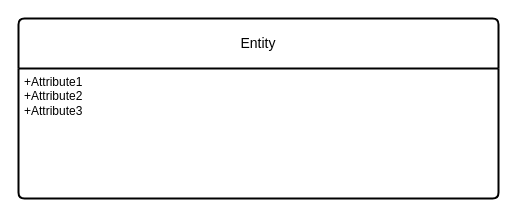
This is QC_NewBooks_Diagrams.drawio from RBOUHOUCHE/diagram-qc-new-books, a draw.io file, before an edit. Source tidied: cells renumbered, new cells numbered last; positions are measured from the earlier drawing's top-left corner, leaving out a move shared by most shapes. Both pictures are drawn from the tidied source at 100%, with x=0, y=0 at pixel (18, 18).
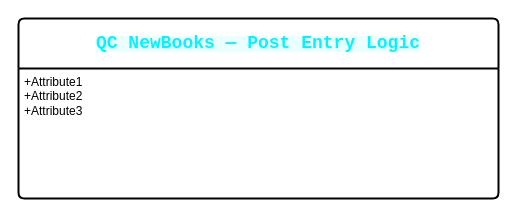
The same diagram, later.

Change to the diagram source:
```diff
@@
 <mxGraphModel>
   <root>
     <mxCell id="0" />
     <mxCell id="1" parent="0" />
-    <mxCell id="2" value="Entity" style="swimlane;horizontal=1;startSize=50;rounded=1;fontSize=14;fontStyle=0;strokeWidth=2;shadow=0;dashed=0;align=center;arcSize=4;whiteSpace=wrap;html=1;" parent="1" vertex="1">
+    <mxCell id="2" value="&lt;span style=&quot;color: rgb(0, 245, 255); font-family: &amp;quot;Share Tech Mono&amp;quot;, monospace; text-align: start; background-color: rgba(0, 245, 255, 0.08);&quot;&gt;&lt;b style=&quot;&quot;&gt;&lt;font style=&quot;font-size: 18px;&quot;&gt;QC NewBooks — Post Entry Logic&lt;/font&gt;&lt;/b&gt;&lt;/span&gt;" style="swimlane;horizontal=1;startSize=50;rounded=1;fontSize=14;fontStyle=0;strokeWidth=2;shadow=0;dashed=0;align=center;arcSize=4;whiteSpace=wrap;html=1;" parent="1" vertex="1">
       <mxGeometry width="480" height="180" as="geometry" />
     </mxCell>
     <mxCell id="3" value="+Attribute1&#10;+Attribute2&#10;+Attribute3" style="align=left;strokeColor=none;fillColor=none;spacingLeft=4;spacingRight=4;fontSize=12;verticalAlign=top;html=1;whiteSpace=wrap;" parent="2" vertex="1">
       <mxGeometry y="50" width="480" height="130" as="geometry" />
     </mxCell>
   </root>
 </mxGraphModel>
```
